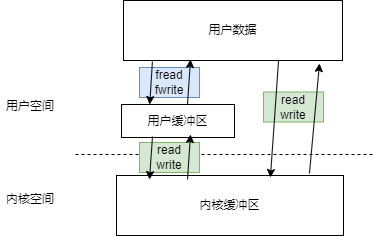
The draw.io diagram CS/语言/C(++)/RW.drawio.png in sirius-zyj/Images, before a commit. Source tidied: cells renumbered, new cells last; positions are measured from the earlier drawing's top-left corner, leaving out a move shared by most shapes.
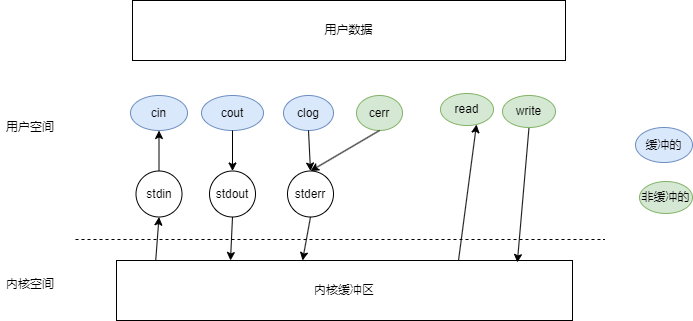
The same diagram one commit later.

Change to the diagram source:
```diff
@@ -2,59 +2,85 @@
   <root>
     <mxCell id="0" />
     <mxCell id="1" parent="0" />
-    <mxCell id="2" value="fread&lt;div&gt;fwrite&lt;/div&gt;" style="text;html=1;align=center;verticalAlign=middle;whiteSpace=wrap;rounded=0;fillColor=#dae8fc;strokeColor=#6c8ebf;" parent="1" vertex="1">
-      <mxGeometry x="139" y="67" width="60" height="30" as="geometry" />
-    </mxCell>
     <mxCell id="3" style="endArrow=none;dashed=1;html=1;rounded=0;" parent="1" edge="1">
       <mxGeometry relative="1" as="geometry">
         <mxPoint x="75" y="154" as="sourcePoint" />
-        <mxPoint x="372" y="154" as="targetPoint" />
+        <mxPoint x="604" y="154" as="targetPoint" />
       </mxGeometry>
     </mxCell>
     <mxCell id="4" value="用户数据" style="rounded=0;whiteSpace=wrap;html=1;" parent="1" vertex="1">
-      <mxGeometry x="123" width="219" height="60" as="geometry" />
+      <mxGeometry x="132" y="-85" width="433" height="60" as="geometry" />
     </mxCell>
     <mxCell id="5" value="内核缓冲区" style="rounded=0;whiteSpace=wrap;html=1;" parent="1" vertex="1">
-      <mxGeometry x="116" y="175" width="227" height="60" as="geometry" />
+      <mxGeometry x="116" y="175" width="456" height="60" as="geometry" />
     </mxCell>
     <mxCell id="6" value="用户空间" style="text;html=1;align=center;verticalAlign=middle;whiteSpace=wrap;rounded=0;" parent="1" vertex="1">
-      <mxGeometry y="91" width="60" height="30" as="geometry" />
+      <mxGeometry y="27" width="60" height="30" as="geometry" />
     </mxCell>
     <mxCell id="7" value="内核空间" style="text;html=1;align=center;verticalAlign=middle;whiteSpace=wrap;rounded=0;" parent="1" vertex="1">
       <mxGeometry y="184" width="60" height="30" as="geometry" />
     </mxCell>
-    <mxCell id="8" value="用户缓冲区" style="rounded=0;whiteSpace=wrap;html=1;" parent="1" vertex="1">
-      <mxGeometry x="121" y="104" width="113" height="33" as="geometry" />
-    </mxCell>
-    <mxCell id="9" style="endArrow=classic;html=1;rounded=0;exitX=0.132;exitY=1.017;exitDx=0;exitDy=0;exitPerimeter=0;entryX=0.25;entryY=0;entryDx=0;entryDy=0;" parent="1" edge="1" source="4" target="8">
-      <mxGeometry relative="1" as="geometry" />
-    </mxCell>
-    <mxCell id="10" style="endArrow=classic;html=1;rounded=0;exitX=0.584;exitY=0;exitDx=0;exitDy=0;exitPerimeter=0;entryX=0.306;entryY=0.983;entryDx=0;entryDy=0;entryPerimeter=0;" parent="1" edge="1" source="8" target="4">
-      <mxGeometry relative="1" as="geometry" />
-    </mxCell>
-    <mxCell id="11" value="read&lt;div&gt;write&lt;/div&gt;" style="text;html=1;align=center;verticalAlign=middle;whiteSpace=wrap;rounded=0;fillColor=#d5e8d4;strokeColor=#82b366;" parent="1" vertex="1">
-      <mxGeometry x="139" y="142" width="60" height="30" as="geometry" />
-    </mxCell>
-    <mxCell id="12" style="endArrow=classic;html=1;rounded=0;exitX=0.132;exitY=1.017;exitDx=0;exitDy=0;exitPerimeter=0;entryX=0.25;entryY=0;entryDx=0;entryDy=0;" parent="1" edge="1">
-      <mxGeometry relative="1" as="geometry">
-        <mxPoint x="152" y="136" as="sourcePoint" />
-        <mxPoint x="149" y="179" as="targetPoint" />
-      </mxGeometry>
-    </mxCell>
-    <mxCell id="13" style="endArrow=classic;html=1;rounded=0;exitX=0.584;exitY=0;exitDx=0;exitDy=0;exitPerimeter=0;entryX=0.306;entryY=0.983;entryDx=0;entryDy=0;entryPerimeter=0;" parent="1" edge="1">
-      <mxGeometry relative="1" as="geometry">
-        <mxPoint x="187" y="179" as="sourcePoint" />
-        <mxPoint x="190" y="134" as="targetPoint" />
-      </mxGeometry>
-    </mxCell>
-    <mxCell id="14" value="read&lt;div&gt;write&lt;/div&gt;" style="text;html=1;align=center;verticalAlign=middle;whiteSpace=wrap;rounded=0;fillColor=#d5e8d4;strokeColor=#82b366;" parent="1" vertex="1">
-      <mxGeometry x="263" y="91.5" width="60" height="30" as="geometry" />
-    </mxCell>
-    <mxCell id="15" style="endArrow=classic;html=1;rounded=0;exitX=0.708;exitY=1;exitDx=0;exitDy=0;exitPerimeter=0;entryX=0.678;entryY=0.033;entryDx=0;entryDy=0;entryPerimeter=0;" parent="1" edge="1" source="4" target="5">
-      <mxGeometry relative="1" as="geometry" />
-    </mxCell>
-    <mxCell id="16" style="endArrow=classic;html=1;rounded=0;exitX=0.85;exitY=-0.033;exitDx=0;exitDy=0;exitPerimeter=0;entryX=0.895;entryY=1.05;entryDx=0;entryDy=0;entryPerimeter=0;" parent="1" edge="1" source="5" target="4">
-      <mxGeometry relative="1" as="geometry" />
-    </mxCell>
+    <mxCell id="17" value="stdin" style="ellipse;whiteSpace=wrap;html=1;" parent="1" vertex="1">
+      <mxGeometry x="135.5" y="85.5" width="46" height="46" as="geometry" />
+    </mxCell>
+    <mxCell id="18" value="stderr" style="ellipse;whiteSpace=wrap;html=1;" parent="1" vertex="1">
+      <mxGeometry x="287" y="85.5" width="46" height="46" as="geometry" />
+    </mxCell>
+    <mxCell id="19" value="stdout" style="ellipse;whiteSpace=wrap;html=1;" parent="1" vertex="1">
+      <mxGeometry x="209" y="85.5" width="46" height="46" as="geometry" />
+    </mxCell>
+    <mxCell id="20" value="cin" style="ellipse;whiteSpace=wrap;html=1;fillColor=#dae8fc;strokeColor=#6c8ebf;" parent="1" vertex="1">
+      <mxGeometry x="130" y="10" width="57" height="35" as="geometry" />
+    </mxCell>
+    <mxCell id="21" value="cout" style="ellipse;whiteSpace=wrap;html=1;fillColor=#dae8fc;strokeColor=#6c8ebf;" parent="1" vertex="1">
+      <mxGeometry x="201" y="10" width="62" height="35" as="geometry" />
+    </mxCell>
+    <mxCell id="22" value="clog" style="ellipse;whiteSpace=wrap;html=1;fillColor=#dae8fc;strokeColor=#6c8ebf;" parent="1" vertex="1">
+      <mxGeometry x="283" y="10" width="50" height="35" as="geometry" />
+    </mxCell>
+    <mxCell id="23" value="cerr" style="ellipse;whiteSpace=wrap;html=1;fillColor=#d5e8d4;strokeColor=#82b366;" parent="1" vertex="1">
+      <mxGeometry x="356" y="10" width="46" height="35" as="geometry" />
+    </mxCell>
+    <mxCell id="24" style="endArrow=classic;html=1;rounded=0;exitX=0.5;exitY=1;exitDx=0;exitDy=0;entryX=0.5;entryY=0;entryDx=0;entryDy=0;" parent="1" edge="1" source="23" target="18">
+      <mxGeometry relative="1" as="geometry" />
+    </mxCell>
+    <mxCell id="25" style="endArrow=classic;html=1;rounded=0;exitX=0.5;exitY=1;exitDx=0;exitDy=0;entryX=0.5;entryY=0;entryDx=0;entryDy=0;" parent="1" edge="1" source="22" target="18">
+      <mxGeometry relative="1" as="geometry" />
+    </mxCell>
+    <mxCell id="26" style="endArrow=classic;html=1;rounded=0;exitX=0.75;exitY=0;exitDx=0;exitDy=0;" parent="1" edge="1" source="5">
+      <mxGeometry relative="1" as="geometry">
+        <mxPoint x="476" y="39" as="targetPoint" />
+      </mxGeometry>
+    </mxCell>
+    <mxCell id="27" style="endArrow=classic;html=1;rounded=0;exitX=0.5;exitY=1;exitDx=0;exitDy=0;entryX=0.879;entryY=0.033;entryDx=0;entryDy=0;entryPerimeter=0;" parent="1" edge="1" source="29" target="5">
+      <mxGeometry relative="1" as="geometry" />
+    </mxCell>
+    <mxCell id="28" value="read" style="ellipse;whiteSpace=wrap;html=1;fillColor=#d5e8d4;strokeColor=#82b366;" parent="1" vertex="1">
+      <mxGeometry x="440" y="8" width="53" height="32" as="geometry" />
+    </mxCell>
+    <mxCell id="29" value="write" style="ellipse;whiteSpace=wrap;html=1;fillColor=#d5e8d4;strokeColor=#82b366;" parent="1" vertex="1">
+      <mxGeometry x="502" y="10" width="53" height="32" as="geometry" />
+    </mxCell>
+    <mxCell id="30" style="endArrow=classic;html=1;rounded=0;exitX=0.5;exitY=0;exitDx=0;exitDy=0;entryX=0.5;entryY=1;entryDx=0;entryDy=0;" parent="1" edge="1" source="17" target="20">
+      <mxGeometry relative="1" as="geometry" />
+    </mxCell>
+    <mxCell id="31" style="endArrow=classic;html=1;rounded=0;exitX=0.086;exitY=0;exitDx=0;exitDy=0;exitPerimeter=0;entryX=0.5;entryY=1;entryDx=0;entryDy=0;" parent="1" edge="1" source="5" target="17">
+      <mxGeometry relative="1" as="geometry" />
+    </mxCell>
+    <mxCell id="32" style="endArrow=classic;html=1;rounded=0;exitX=0.5;exitY=1;exitDx=0;exitDy=0;entryX=0.5;entryY=0;entryDx=0;entryDy=0;" parent="1" edge="1" source="21" target="19">
+      <mxGeometry relative="1" as="geometry" />
+    </mxCell>
+    <mxCell id="33" style="endArrow=classic;html=1;rounded=0;exitX=0.5;exitY=1;exitDx=0;exitDy=0;entryX=0.25;entryY=0;entryDx=0;entryDy=0;" parent="1" edge="1" source="19" target="5">
+      <mxGeometry relative="1" as="geometry" />
+    </mxCell>
+    <mxCell id="34" style="endArrow=classic;html=1;rounded=0;exitX=0.5;exitY=1;exitDx=0;exitDy=0;entryX=0.408;entryY=0;entryDx=0;entryDy=0;entryPerimeter=0;" parent="1" edge="1" source="18" target="5">
+      <mxGeometry relative="1" as="geometry" />
+    </mxCell>
+    <mxCell id="35" value="缓冲的" style="ellipse;whiteSpace=wrap;html=1;fillColor=#dae8fc;strokeColor=#6c8ebf;" parent="1" vertex="1">
+      <mxGeometry x="635" y="42" width="57" height="35" as="geometry" />
+    </mxCell>
+    <mxCell id="36" value="非缓冲的" style="ellipse;whiteSpace=wrap;html=1;fillColor=#d5e8d4;strokeColor=#82b366;" parent="1" vertex="1">
+      <mxGeometry x="639" y="96" width="53" height="32" as="geometry" />
+    </mxCell>
   </root>
 </mxGraphModel>
```
